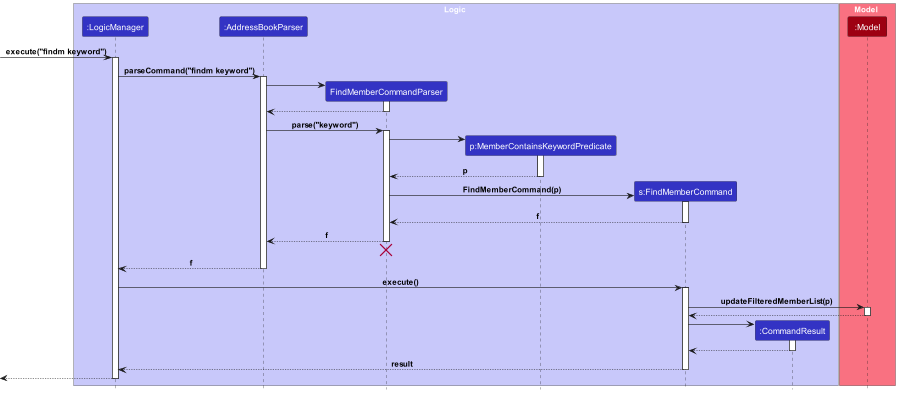
Before: docs/images/FindMemberSequenceDiagram.png, a diagram exported from PlantUML (nus-cs2103-AY2324S1/tp).
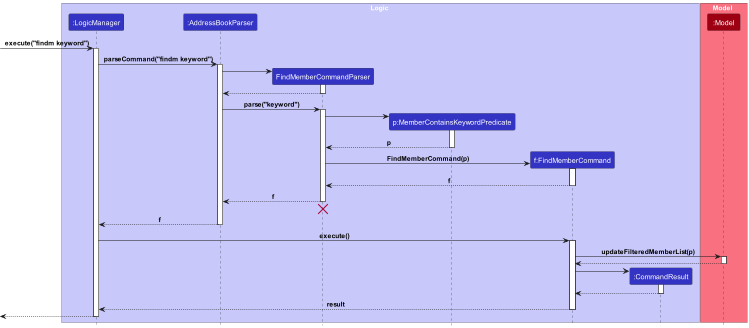
After the change.

Diff of the diagram source:
```diff
@@ -6,7 +6,7 @@
 participant ":AddressBookParser" as AddressBookParser LOGIC_COLOR
 participant "FindMemberCommandParser" as FindMemberCommandParser LOGIC_COLOR
 participant "p:MemberContainsKeywordPredicate" as Predicate LOGIC_COLOR
-participant "s:FindMemberCommand" as FindMemberCommand LOGIC_COLOR
+participant "f:FindMemberCommand" as FindMemberCommand LOGIC_COLOR
 participant ":CommandResult" as CommandResult LOGIC_COLOR
 end box
 
```
